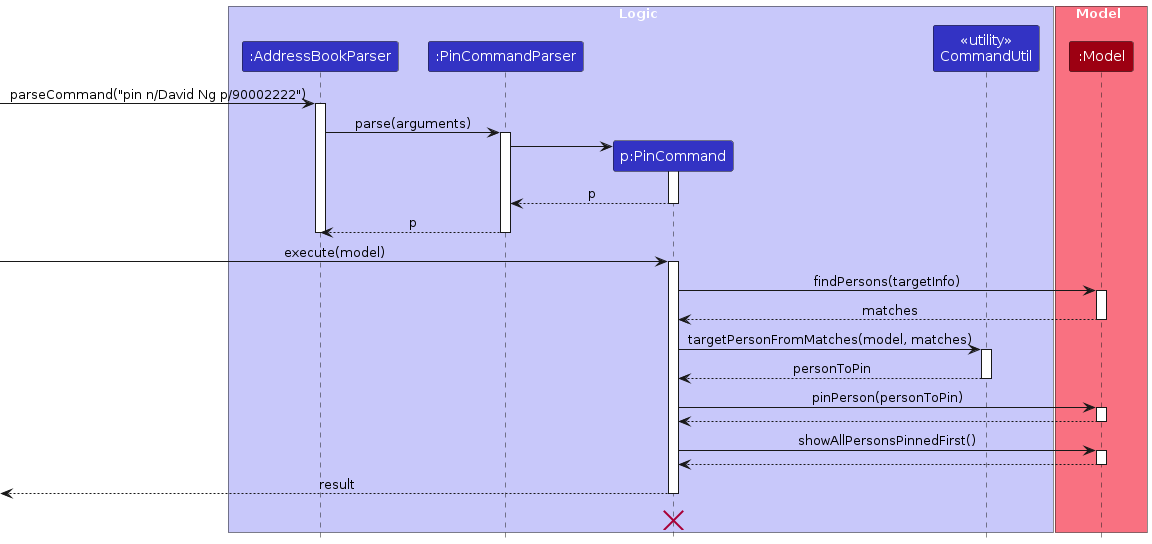
This is diagrams/PinSequenceDiagram-Logic.png from AY2526S2-CS2103-F08-4/tp, a PlantUML export, as it was before one commit. Its source is kept beside it as diagrams/PinSequenceDiagram-Logic.puml.
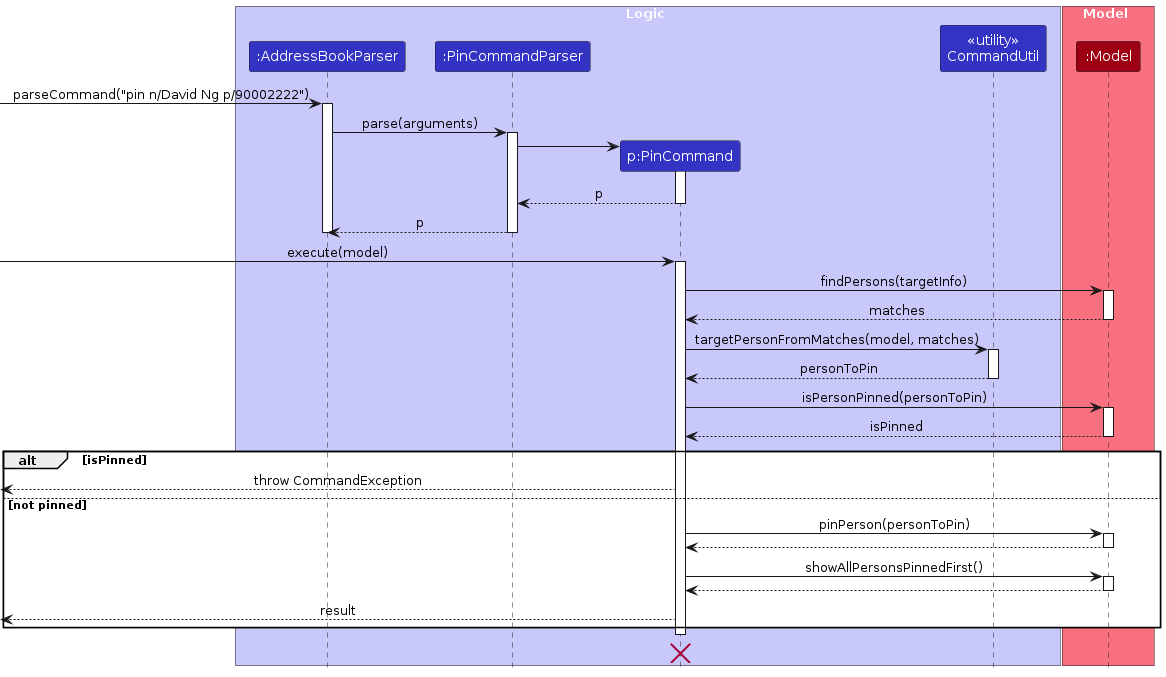
Later version of the same file.

Diff of the diagram source:
```diff
@@ -42,17 +42,27 @@
 CommandUtil --> PinCommand : personToPin
 deactivate CommandUtil
 
-PinCommand -> Model : pinPerson(personToPin)
+PinCommand -> Model : isPersonPinned(personToPin)
 activate Model
-Model --> PinCommand
+Model --> PinCommand : isPinned
 deactivate Model
 
-PinCommand -> Model : showAllPersonsPinnedFirst()
-activate Model
-Model --> PinCommand
-deactivate Model
+alt isPinned
+    [<-- PinCommand : throw CommandException
+else not pinned
+    PinCommand -> Model : pinPerson(personToPin)
+    activate Model
+    Model --> PinCommand
+    deactivate Model
 
-[<-- PinCommand : result
+    PinCommand -> Model : showAllPersonsPinnedFirst()
+    activate Model
+    Model --> PinCommand
+    deactivate Model
+
+    [<-- PinCommand : result
+end
+
 deactivate PinCommand
 PinCommand -[hidden]-> PinCommand
 destroy PinCommand
```
